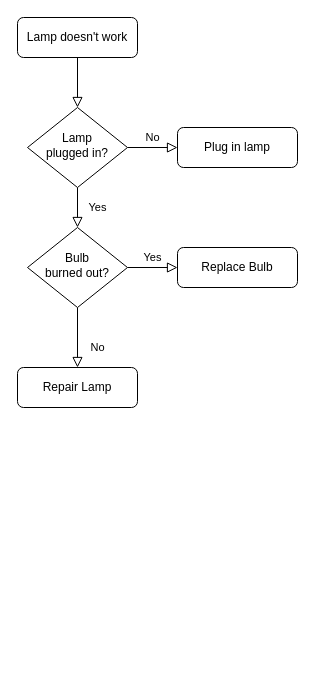
The draw.io diagram Untitled Diagram.drawio in Mochacinno/SolarSound, before the edit. Source tidied: cells renumbered, new cells numbered last; positions are measured from the earlier drawing's top-left corner, leaving out a move shared by most shapes. Both pictures are drawn from the tidied source at 100%, with x=0, y=0 at pixel (17, 17).
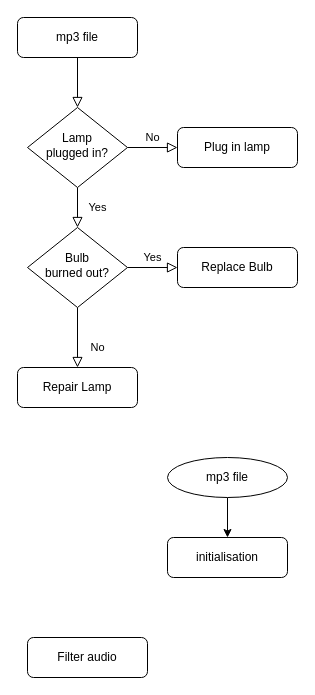
After the change.

Change to the diagram source:
```diff
@@
 <mxGraphModel>
   <root>
     <mxCell id="0" />
     <mxCell id="1" parent="0" />
     <mxCell id="2" style="rounded=0;html=1;jettySize=auto;fontSize=11;endArrow=block;endFill=0;endSize=8;strokeWidth=1;shadow=0;labelBackgroundColor=none;edgeStyle=orthogonalEdgeStyle;" parent="1" edge="1" source="3" target="6">
       <mxGeometry relative="1" as="geometry" />
     </mxCell>
-    <mxCell id="3" value="Lamp doesn't work" style="rounded=1;whiteSpace=wrap;html=1;fontSize=12;glass=0;strokeWidth=1;shadow=0;" parent="1" vertex="1">
+    <mxCell id="3" value="mp3 file" style="rounded=1;whiteSpace=wrap;html=1;fontSize=12;glass=0;strokeWidth=1;shadow=0;" parent="1" vertex="1">
       <mxGeometry width="120" height="40" as="geometry" />
     </mxCell>
     <mxCell id="4" value="Yes" style="rounded=0;html=1;jettySize=auto;fontSize=11;endArrow=block;endFill=0;endSize=8;strokeWidth=1;shadow=0;labelBackgroundColor=none;edgeStyle=orthogonalEdgeStyle;" parent="1" edge="1" source="6" target="10">
       <mxGeometry y="20" relative="1" as="geometry" />
     </mxCell>
     <mxCell id="5" value="No" style="edgeStyle=orthogonalEdgeStyle;rounded=0;html=1;jettySize=auto;fontSize=11;endArrow=block;endFill=0;endSize=8;strokeWidth=1;shadow=0;labelBackgroundColor=none;" parent="1" edge="1" source="6" target="7">
       <mxGeometry y="10" relative="1" as="geometry" />
     </mxCell>
     <mxCell id="6" value="Lamp&lt;br&gt;plugged in?" style="rhombus;whiteSpace=wrap;html=1;shadow=0;fontFamily=Helvetica;fontSize=12;align=center;strokeWidth=1;spacing=6;spacingTop=-4;" parent="1" vertex="1">
       <mxGeometry x="10" y="90" width="100" height="80" as="geometry" />
     </mxCell>
     <mxCell id="7" value="Plug in lamp" style="rounded=1;whiteSpace=wrap;html=1;fontSize=12;glass=0;strokeWidth=1;shadow=0;" parent="1" vertex="1">
       <mxGeometry x="160" y="110" width="120" height="40" as="geometry" />
     </mxCell>
     <mxCell id="8" value="No" style="rounded=0;html=1;jettySize=auto;fontSize=11;endArrow=block;endFill=0;endSize=8;strokeWidth=1;shadow=0;labelBackgroundColor=none;edgeStyle=orthogonalEdgeStyle;" parent="1" edge="1" source="10" target="11">
       <mxGeometry x="0.33" y="20" relative="1" as="geometry" />
     </mxCell>
     <mxCell id="9" value="Yes" style="edgeStyle=orthogonalEdgeStyle;rounded=0;html=1;jettySize=auto;fontSize=11;endArrow=block;endFill=0;endSize=8;strokeWidth=1;shadow=0;labelBackgroundColor=none;" parent="1" edge="1" source="10" target="12">
       <mxGeometry y="10" relative="1" as="geometry" />
     </mxCell>
     <mxCell id="10" value="Bulb&lt;br&gt;burned out?" style="rhombus;whiteSpace=wrap;html=1;shadow=0;fontFamily=Helvetica;fontSize=12;align=center;strokeWidth=1;spacing=6;spacingTop=-4;" parent="1" vertex="1">
       <mxGeometry x="10" y="210" width="100" height="80" as="geometry" />
     </mxCell>
     <mxCell id="11" value="Repair Lamp" style="rounded=1;whiteSpace=wrap;html=1;fontSize=12;glass=0;strokeWidth=1;shadow=0;" parent="1" vertex="1">
       <mxGeometry y="350" width="120" height="40" as="geometry" />
     </mxCell>
     <mxCell id="12" value="Replace Bulb" style="rounded=1;whiteSpace=wrap;html=1;fontSize=12;glass=0;strokeWidth=1;shadow=0;" parent="1" vertex="1">
       <mxGeometry x="160" y="230" width="120" height="40" as="geometry" />
     </mxCell>
+    <mxCell id="13" value="initialisation" style="rounded=1;whiteSpace=wrap;html=1;fontSize=12;glass=0;strokeWidth=1;shadow=0;" parent="1" vertex="1">
+      <mxGeometry x="150" y="520" width="120" height="40" as="geometry" />
+    </mxCell>
+    <mxCell id="14" value="Filter audio" style="rounded=1;whiteSpace=wrap;html=1;fontSize=12;glass=0;strokeWidth=1;shadow=0;" parent="1" vertex="1">
+      <mxGeometry x="10" y="620" width="120" height="40" as="geometry" />
+    </mxCell>
+    <mxCell id="15" style="edgeStyle=orthogonalEdgeStyle;rounded=0;jettySize=auto;html=1;entryX=0.5;entryY=0;entryDx=0;entryDy=0;" parent="1" edge="1" source="16" target="13">
+      <mxGeometry relative="1" as="geometry" />
+    </mxCell>
+    <mxCell id="16" value="mp3 file" style="ellipse;whiteSpace=wrap;html=1;" parent="1" vertex="1">
+      <mxGeometry x="150" y="440" width="120" height="40" as="geometry" />
+    </mxCell>
   </root>
 </mxGraphModel>
```
